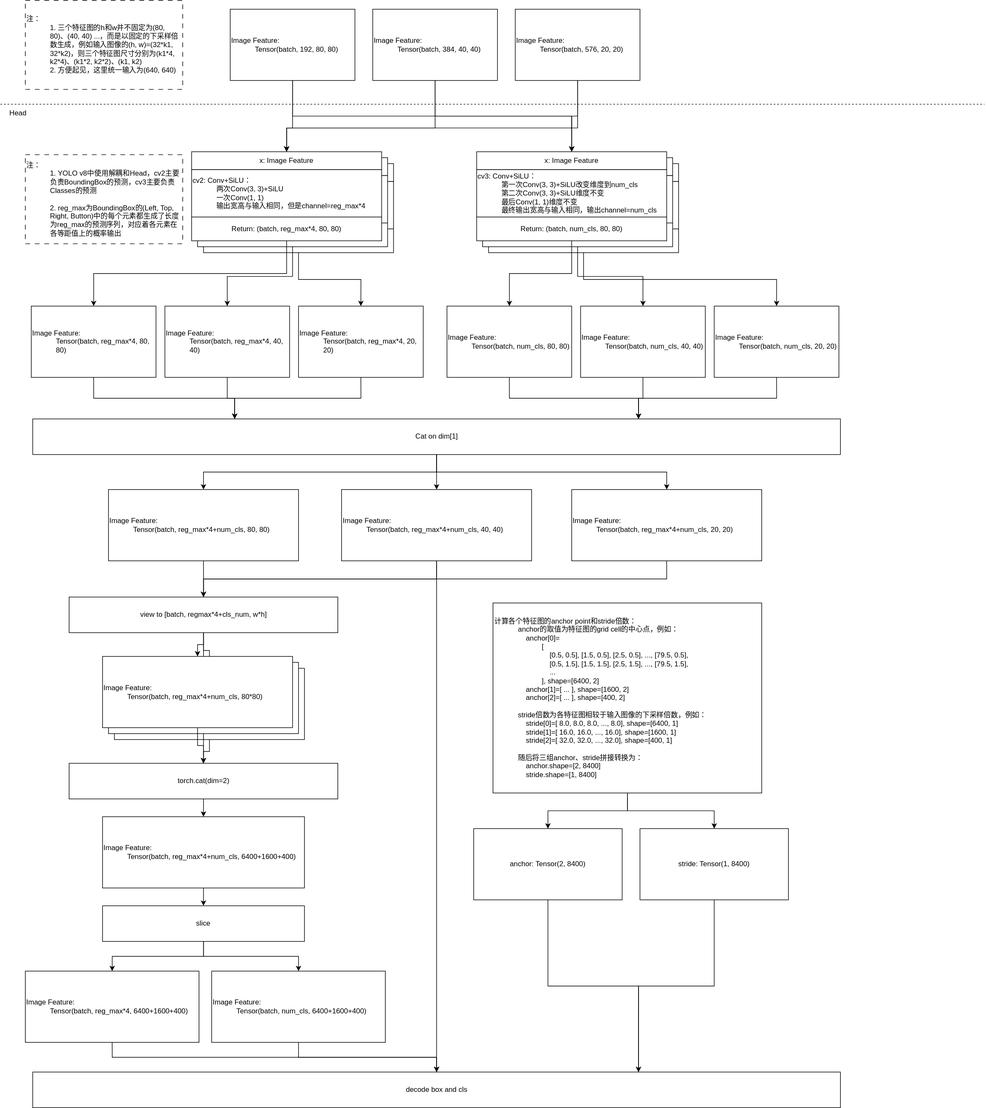
Above: 机器学习/Resources/YOLO v8 Head结构.svg in h13-0/Notebooks (draw.io), before the change. Source tidied: cells renumbered, new cells last; positions are measured from the earlier drawing's top-left corner, leaving out a move shared by most shapes.
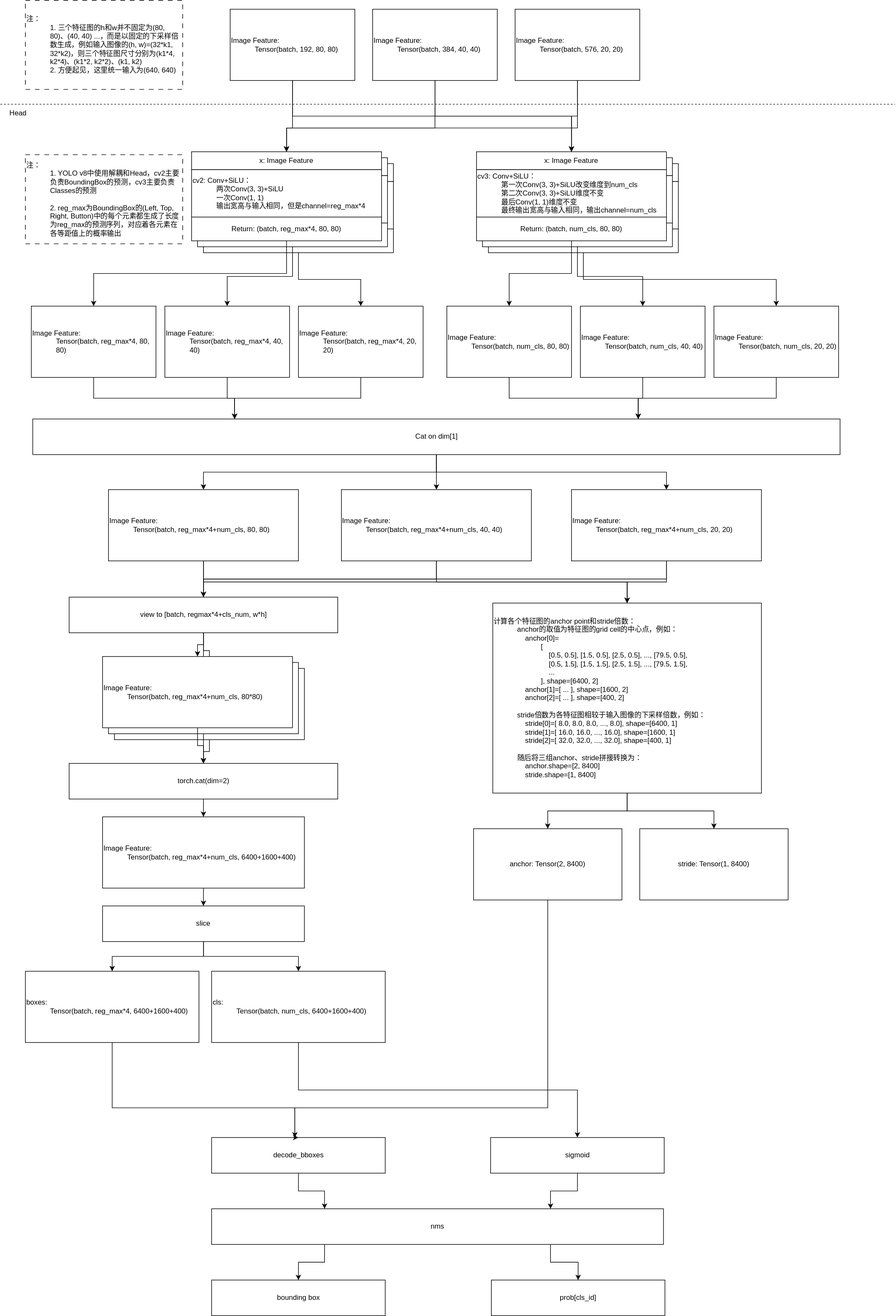
Above is the later version.

What changed in the source:
```diff
@@ -10,7 +10,7 @@
     </mxCell>
     <mxCell id="4" style="endArrow=none;dashed=1;html=1;rounded=0;exitX=0;exitY=0;exitDx=0;exitDy=0;" parent="1" edge="1" source="5">
       <mxGeometry relative="1" as="geometry">
-        <mxPoint x="1657" y="175" as="targetPoint" />
+        <mxPoint x="1507" y="175" as="targetPoint" />
       </mxGeometry>
     </mxCell>
     <mxCell id="5" value="Head" style="text;html=1;align=center;verticalAlign=middle;whiteSpace=wrap;rounded=0;" parent="1" vertex="1">
@@ -189,21 +189,27 @@
     <mxCell id="56" style="edgeStyle=orthogonalEdgeStyle;rounded=0;jettySize=auto;html=1;exitX=0.5;exitY=1;exitDx=0;exitDy=0;entryX=0.5;entryY=0;entryDx=0;entryDy=0;" parent="1" edge="1" source="57" target="67">
       <mxGeometry relative="1" as="geometry" />
     </mxCell>
+    <mxCell id="91" style="edgeStyle=orthogonalEdgeStyle;rounded=0;jettySize=auto;html=1;exitX=0.5;exitY=1;exitDx=0;exitDy=0;" parent="1" edge="1" source="57" target="78">
+      <mxGeometry relative="1" as="geometry" />
+    </mxCell>
     <mxCell id="57" value="&lt;div style=&quot;&quot;&gt;&lt;span style=&quot;background-color: transparent; color: light-dark(rgb(0, 0, 0), rgb(255, 255, 255));&quot;&gt;Image Feature:&lt;/span&gt;&lt;/div&gt;&lt;blockquote style=&quot;margin: 0 0 0 40px; border: none; padding: 0px;&quot;&gt;&lt;div style=&quot;&quot;&gt;&lt;span style=&quot;background-color: transparent; color: light-dark(rgb(0, 0, 0), rgb(255, 255, 255));&quot;&gt;Tensor(batch,&amp;nbsp;&lt;/span&gt;&lt;span style=&quot;text-align: center;&quot;&gt;reg_max*4+num_cls&lt;/span&gt;&lt;span style=&quot;background-color: transparent; color: light-dark(rgb(0, 0, 0), rgb(255, 255, 255));&quot;&gt;, 80, 80)&lt;/span&gt;&lt;/div&gt;&lt;/blockquote&gt;" style="rounded=0;whiteSpace=wrap;html=1;align=left;" parent="1" vertex="1">
       <mxGeometry x="182" y="824" width="320" height="120" as="geometry" />
     </mxCell>
     <mxCell id="58" style="edgeStyle=orthogonalEdgeStyle;rounded=0;jettySize=auto;html=1;exitX=0.5;exitY=1;exitDx=0;exitDy=0;entryX=0.5;entryY=0;entryDx=0;entryDy=0;" parent="1" edge="1" source="60" target="67">
       <mxGeometry relative="1" as="geometry" />
     </mxCell>
-    <mxCell id="59" style="edgeStyle=orthogonalEdgeStyle;rounded=0;jettySize=auto;html=1;exitX=0.5;exitY=1;exitDx=0;exitDy=0;entryX=0.5;entryY=0;entryDx=0;entryDy=0;" parent="1" edge="1" source="60" target="86">
-      <mxGeometry relative="1" as="geometry" />
-    </mxCell>
+    <mxCell id="92" style="edgeStyle=orthogonalEdgeStyle;rounded=0;jettySize=auto;html=1;exitX=0.5;exitY=1;exitDx=0;exitDy=0;entryX=0.5;entryY=0;entryDx=0;entryDy=0;" parent="1" edge="1" source="60" target="78">
+      <mxGeometry relative="1" as="geometry" />
+    </mxCell>
     <mxCell id="60" value="&lt;div style=&quot;&quot;&gt;&lt;span style=&quot;background-color: transparent; color: light-dark(rgb(0, 0, 0), rgb(255, 255, 255));&quot;&gt;Image Feature:&lt;/span&gt;&lt;/div&gt;&lt;blockquote style=&quot;margin: 0 0 0 40px; border: none; padding: 0px;&quot;&gt;&lt;div style=&quot;&quot;&gt;&lt;span style=&quot;background-color: transparent; color: light-dark(rgb(0, 0, 0), rgb(255, 255, 255));&quot;&gt;Tensor(batch,&amp;nbsp;&lt;/span&gt;&lt;span style=&quot;text-align: center;&quot;&gt;reg_max*4+num_cls&lt;/span&gt;&lt;span style=&quot;background-color: transparent; color: light-dark(rgb(0, 0, 0), rgb(255, 255, 255));&quot;&gt;, 40, 40)&lt;/span&gt;&lt;/div&gt;&lt;/blockquote&gt;" style="rounded=0;whiteSpace=wrap;html=1;align=left;" parent="1" vertex="1">
       <mxGeometry x="574.5" y="824" width="320" height="120" as="geometry" />
     </mxCell>
     <mxCell id="61" style="edgeStyle=orthogonalEdgeStyle;rounded=0;jettySize=auto;html=1;exitX=0.5;exitY=1;exitDx=0;exitDy=0;entryX=0.5;entryY=0;entryDx=0;entryDy=0;" parent="1" edge="1" source="62" target="67">
       <mxGeometry relative="1" as="geometry" />
     </mxCell>
+    <mxCell id="93" style="edgeStyle=orthogonalEdgeStyle;rounded=0;jettySize=auto;html=1;exitX=0.5;exitY=1;exitDx=0;exitDy=0;entryX=0.5;entryY=0;entryDx=0;entryDy=0;" parent="1" edge="1" source="62" target="78">
+      <mxGeometry relative="1" as="geometry" />
+    </mxCell>
     <mxCell id="62" value="&lt;div style=&quot;&quot;&gt;&lt;span style=&quot;background-color: transparent; color: light-dark(rgb(0, 0, 0), rgb(255, 255, 255));&quot;&gt;Image Feature:&lt;/span&gt;&lt;/div&gt;&lt;blockquote style=&quot;margin: 0 0 0 40px; border: none; padding: 0px;&quot;&gt;&lt;div style=&quot;&quot;&gt;&lt;span style=&quot;background-color: transparent; color: light-dark(rgb(0, 0, 0), rgb(255, 255, 255));&quot;&gt;Tensor(batch,&amp;nbsp;&lt;/span&gt;&lt;span style=&quot;text-align: center;&quot;&gt;reg_max*4+num_cls&lt;/span&gt;&lt;span style=&quot;background-color: transparent; color: light-dark(rgb(0, 0, 0), rgb(255, 255, 255));&quot;&gt;, 20, 20)&lt;/span&gt;&lt;/div&gt;&lt;/blockquote&gt;" style="rounded=0;whiteSpace=wrap;html=1;align=left;" parent="1" vertex="1">
       <mxGeometry x="962" y="824" width="320" height="120" as="geometry" />
     </mxCell>
@@ -257,10 +263,15 @@
     <mxCell id="78" value="计算各个特征图的anchor point和stride倍数：&lt;blockquote style=&quot;margin: 0 0 0 40px; border: none; padding: 0px;&quot;&gt;&lt;div&gt;anchor的取值为特征图的grid cell的中心点，例如：&lt;/div&gt;&lt;div&gt;&amp;nbsp; &amp;nbsp; anchor[0]=&lt;/div&gt;&lt;/blockquote&gt;&lt;blockquote style=&quot;margin: 0 0 0 40px; border: none; padding: 0px;&quot;&gt;&lt;blockquote style=&quot;margin: 0 0 0 40px; border: none; padding: 0px;&quot;&gt;[&lt;/blockquote&gt;&lt;blockquote style=&quot;margin: 0 0 0 40px; border: none; padding: 0px;&quot;&gt;&amp;nbsp; &amp;nbsp; [0.5, 0.5], [1.5, 0.5], [2.5, 0.5], ..., [79.5, 0.5],&lt;/blockquote&gt;&lt;blockquote style=&quot;margin: 0 0 0 40px; border: none; padding: 0px;&quot;&gt;&amp;nbsp; &amp;nbsp; [0.5,&lt;span style=&quot;background-color: transparent; color: light-dark(rgb(0, 0, 0), rgb(255, 255, 255));&quot;&gt;&amp;nbsp;1.5], [1.5, 1.5], [2.5, 1.5], ..., [79.5, 1.5],&lt;/span&gt;&lt;/blockquote&gt;&lt;blockquote style=&quot;margin: 0 0 0 40px; border: none; padding: 0px;&quot;&gt;&lt;span style=&quot;background-color: transparent; color: light-dark(rgb(0, 0, 0), rgb(255, 255, 255));&quot;&gt;&amp;nbsp; &amp;nbsp; ...&lt;/span&gt;&lt;/blockquote&gt;&lt;blockquote style=&quot;margin: 0 0 0 40px; border: none; padding: 0px;&quot;&gt;&lt;span style=&quot;background-color: transparent; color: light-dark(rgb(0, 0, 0), rgb(255, 255, 255));&quot;&gt;], shape=[6400, 2]&lt;/span&gt;&lt;/blockquote&gt;&lt;/blockquote&gt;&lt;blockquote style=&quot;margin: 0 0 0 40px; border: none; padding: 0px;&quot;&gt;&lt;span style=&quot;background-color: transparent; color: light-dark(rgb(0, 0, 0), rgb(255, 255, 255));&quot;&gt;&amp;nbsp; &amp;nbsp; anchor[1]=[ ... ], shape=[1600, 2]&lt;/span&gt;&lt;/blockquote&gt;&lt;blockquote style=&quot;margin: 0 0 0 40px; border: none; padding: 0px;&quot;&gt;&lt;span style=&quot;background-color: transparent; color: light-dark(rgb(0, 0, 0), rgb(255, 255, 255));&quot;&gt;&amp;nbsp; &amp;nbsp; anchor[2]=[ ... ], shape=[400, 2]&lt;/span&gt;&lt;/blockquote&gt;&lt;blockquote style=&quot;margin: 0 0 0 40px; border: none; padding: 0px;&quot;&gt;&lt;blockquote style=&quot;margin: 0 0 0 40px; border: none; padding: 0px;&quot;&gt;&lt;span style=&quot;background-color: transparent; color: light-dark(rgb(0, 0, 0), rgb(255, 255, 255));&quot;&gt;&lt;br&gt;&lt;/span&gt;&lt;/blockquote&gt;&lt;/blockquote&gt;&lt;blockquote style=&quot;margin: 0 0 0 40px; border: none; padding: 0px;&quot;&gt;&lt;div&gt;stride倍数为各特征图相较于输入图像的下采样倍数，例如：&lt;/div&gt;&lt;div&gt;&amp;nbsp; &amp;nbsp; stride[0]=&lt;span style=&quot;background-color: transparent; color: light-dark(rgb(0, 0, 0), rgb(255, 255, 255));&quot;&gt;[ 8.0, 8.0, 8.0, ..., 8.0],&amp;nbsp;&lt;/span&gt;shape&lt;span style=&quot;background-color: transparent; color: light-dark(rgb(0, 0, 0), rgb(255, 255, 255));&quot;&gt;=[6400, 1]&lt;/span&gt;&lt;/div&gt;&lt;div&gt;&lt;span style=&quot;background-color: transparent; color: light-dark(rgb(0, 0, 0), rgb(255, 255, 255));&quot;&gt;&amp;nbsp; &amp;nbsp; stride[1]=[ 16.0, 16.0, ..., 16.0], shape=[1600, 1]&lt;/span&gt;&lt;/div&gt;&lt;div&gt;&lt;span style=&quot;background-color: transparent; color: light-dark(rgb(0, 0, 0), rgb(255, 255, 255));&quot;&gt;&amp;nbsp; &amp;nbsp; stride[2]=[ 32.0, 32.0, ..., 32.0], shape=[400, 1]&lt;/span&gt;&lt;/div&gt;&lt;div&gt;&lt;br&gt;&lt;/div&gt;&lt;div&gt;随后将三组anchor、stride拼接转换为：&lt;/div&gt;&lt;div&gt;&amp;nbsp; &amp;nbsp; anchor.shape=[2, 8400]&lt;/div&gt;&lt;div&gt;&amp;nbsp; &amp;nbsp; stride.shape=[1, 8400]&lt;/div&gt;&lt;/blockquote&gt;" style="rounded=0;whiteSpace=wrap;html=1;align=left;" parent="1" vertex="1">
       <mxGeometry x="829.5" y="1015" width="452.5" height="320" as="geometry" />
     </mxCell>
-    <mxCell id="79" style="edgeStyle=orthogonalEdgeStyle;rounded=0;jettySize=auto;html=1;exitX=0.5;exitY=1;exitDx=0;exitDy=0;entryX=0.5;entryY=0;entryDx=0;entryDy=0;" parent="1" edge="1" source="80" target="86">
-      <mxGeometry relative="1" as="geometry" />
+    <mxCell id="79" style="edgeStyle=orthogonalEdgeStyle;rounded=0;jettySize=auto;html=1;exitX=0.5;exitY=1;exitDx=0;exitDy=0;" parent="1" edge="1" source="80" target="86">
+      <mxGeometry relative="1" as="geometry">
+        <Array as="points">
+          <mxPoint x="188" y="1865" />
+          <mxPoint x="496" y="1865" />
+        </Array>
+      </mxGeometry>
     </mxCell>
-    <mxCell id="80" value="&lt;div style=&quot;&quot;&gt;&lt;span style=&quot;background-color: transparent; color: light-dark(rgb(0, 0, 0), rgb(255, 255, 255));&quot;&gt;Image Feature:&lt;/span&gt;&lt;/div&gt;&lt;blockquote style=&quot;margin: 0 0 0 40px; border: none; padding: 0px;&quot;&gt;&lt;div style=&quot;&quot;&gt;&lt;span style=&quot;background-color: transparent; color: light-dark(rgb(0, 0, 0), rgb(255, 255, 255));&quot;&gt;Tensor(batch,&amp;nbsp;&lt;/span&gt;&lt;span style=&quot;text-align: center;&quot;&gt;reg_max*4&lt;/span&gt;&lt;span style=&quot;background-color: transparent; color: light-dark(rgb(0, 0, 0), rgb(255, 255, 255));&quot;&gt;, 6400+1600+400)&lt;/span&gt;&lt;/div&gt;&lt;/blockquote&gt;" style="rounded=0;whiteSpace=wrap;html=1;align=left;" parent="1" vertex="1">
+    <mxCell id="80" value="&lt;div style=&quot;&quot;&gt;&lt;span style=&quot;background-color: transparent; color: light-dark(rgb(0, 0, 0), rgb(255, 255, 255));&quot;&gt;boxes:&lt;/span&gt;&lt;/div&gt;&lt;blockquote style=&quot;margin: 0 0 0 40px; border: none; padding: 0px;&quot;&gt;&lt;div style=&quot;&quot;&gt;&lt;span style=&quot;background-color: transparent; color: light-dark(rgb(0, 0, 0), rgb(255, 255, 255));&quot;&gt;Tensor(batch,&amp;nbsp;&lt;/span&gt;&lt;span style=&quot;text-align: center;&quot;&gt;reg_max*4&lt;/span&gt;&lt;span style=&quot;background-color: transparent; color: light-dark(rgb(0, 0, 0), rgb(255, 255, 255));&quot;&gt;, 6400+1600+400)&lt;/span&gt;&lt;/div&gt;&lt;/blockquote&gt;" style="rounded=0;whiteSpace=wrap;html=1;align=left;" parent="1" vertex="1">
       <mxGeometry x="42" y="1635" width="292.5" height="120" as="geometry" />
     </mxCell>
     <mxCell id="81" style="edgeStyle=orthogonalEdgeStyle;rounded=0;jettySize=auto;html=1;exitX=0.5;exitY=1;exitDx=0;exitDy=0;entryX=0.5;entryY=0;entryDx=0;entryDy=0;" parent="1" edge="1" source="83" target="80">
@@ -272,26 +283,52 @@
     <mxCell id="83" value="slice" style="rounded=0;whiteSpace=wrap;html=1;" parent="1" vertex="1">
       <mxGeometry x="172" y="1525" width="340" height="60" as="geometry" />
     </mxCell>
-    <mxCell id="84" style="edgeStyle=orthogonalEdgeStyle;rounded=0;jettySize=auto;html=1;exitX=0.5;exitY=1;exitDx=0;exitDy=0;entryX=0.5;entryY=0;entryDx=0;entryDy=0;" parent="1" edge="1" source="85" target="86">
-      <mxGeometry relative="1" as="geometry" />
-    </mxCell>
+    <mxCell id="94" style="edgeStyle=orthogonalEdgeStyle;rounded=0;jettySize=auto;html=1;exitX=0.5;exitY=1;exitDx=0;exitDy=0;entryX=0.5;entryY=0;entryDx=0;entryDy=0;" parent="1" edge="1" source="85" target="97">
+      <mxGeometry relative="1" as="geometry" />
+    </mxCell>
-    <mxCell id="85" value="&lt;div style=&quot;&quot;&gt;&lt;span style=&quot;background-color: transparent; color: light-dark(rgb(0, 0, 0), rgb(255, 255, 255));&quot;&gt;Image Feature:&lt;/span&gt;&lt;/div&gt;&lt;blockquote style=&quot;margin: 0 0 0 40px; border: none; padding: 0px;&quot;&gt;&lt;div style=&quot;text-align: center;&quot;&gt;&lt;span style=&quot;background-color: transparent; color: light-dark(rgb(0, 0, 0), rgb(255, 255, 255));&quot;&gt;Tensor(batch, num_cls&lt;/span&gt;&lt;span style=&quot;background-color: transparent; color: light-dark(rgb(0, 0, 0), rgb(255, 255, 255));&quot;&gt;, 6400+1600+400)&lt;/span&gt;&lt;/div&gt;&lt;/blockquote&gt;" style="rounded=0;whiteSpace=wrap;html=1;align=left;" parent="1" vertex="1">
+    <mxCell id="85" value="&lt;div style=&quot;&quot;&gt;&lt;span style=&quot;background-color: transparent; color: light-dark(rgb(0, 0, 0), rgb(255, 255, 255));&quot;&gt;cls:&lt;/span&gt;&lt;/div&gt;&lt;blockquote style=&quot;margin: 0 0 0 40px; border: none; padding: 0px;&quot;&gt;&lt;div style=&quot;text-align: center;&quot;&gt;&lt;span style=&quot;background-color: transparent; color: light-dark(rgb(0, 0, 0), rgb(255, 255, 255));&quot;&gt;Tensor(batch, num_cls&lt;/span&gt;&lt;span style=&quot;background-color: transparent; color: light-dark(rgb(0, 0, 0), rgb(255, 255, 255));&quot;&gt;, 6400+1600+400)&lt;/span&gt;&lt;/div&gt;&lt;/blockquote&gt;" style="rounded=0;whiteSpace=wrap;html=1;align=left;" parent="1" vertex="1">
       <mxGeometry x="355.8" y="1635" width="292.5" height="120" as="geometry" />
     </mxCell>
+    <mxCell id="95" style="edgeStyle=orthogonalEdgeStyle;rounded=0;jettySize=auto;html=1;exitX=0.5;exitY=1;exitDx=0;exitDy=0;entryX=0.25;entryY=0;entryDx=0;entryDy=0;" parent="1" edge="1" source="86" target="100">
+      <mxGeometry relative="1" as="geometry" />
+    </mxCell>
-    <mxCell id="86" value="decode box and cls" style="rounded=0;whiteSpace=wrap;html=1;" parent="1" vertex="1">
-      <mxGeometry x="54.5" y="1805" width="1360" height="60" as="geometry" />
+    <mxCell id="86" value="decode_bboxes" style="rounded=0;whiteSpace=wrap;html=1;" parent="1" vertex="1">
+      <mxGeometry x="355.8" y="1915" width="292.5" height="60" as="geometry" />
     </mxCell>
-    <mxCell id="87" style="edgeStyle=orthogonalEdgeStyle;rounded=0;jettySize=auto;html=1;exitX=0.5;exitY=1;exitDx=0;exitDy=0;entryX=0.75;entryY=0;entryDx=0;entryDy=0;" parent="1" edge="1" source="88" target="86">
-      <mxGeometry relative="1" as="geometry" />
+    <mxCell id="87" style="edgeStyle=orthogonalEdgeStyle;rounded=0;jettySize=auto;html=1;exitX=0.5;exitY=1;exitDx=0;exitDy=0;entryX=0.5;entryY=0;entryDx=0;entryDy=0;" parent="1" edge="1" source="88" target="86">
+      <mxGeometry relative="1" as="geometry">
+        <Array as="points">
+          <mxPoint x="922" y="1865" />
+          <mxPoint x="496" y="1865" />
+        </Array>
+      </mxGeometry>
     </mxCell>
     <mxCell id="88" value="&lt;div style=&quot;&quot;&gt;anchor: Tensor(2, 8400)&lt;/div&gt;" style="rounded=0;whiteSpace=wrap;html=1;align=center;" parent="1" vertex="1">
       <mxGeometry x="797" y="1395" width="250" height="120" as="geometry" />
     </mxCell>
-    <mxCell id="89" style="edgeStyle=orthogonalEdgeStyle;rounded=0;jettySize=auto;html=1;exitX=0.5;exitY=1;exitDx=0;exitDy=0;entryX=0.75;entryY=0;entryDx=0;entryDy=0;" parent="1" edge="1" source="90" target="86">
-      <mxGeometry relative="1" as="geometry" />
-    </mxCell>
     <mxCell id="90" value="&lt;div style=&quot;&quot;&gt;stride: Tensor(1, 8400)&lt;/div&gt;" style="rounded=0;whiteSpace=wrap;html=1;align=center;" parent="1" vertex="1">
       <mxGeometry x="1077" y="1395" width="250" height="120" as="geometry" />
     </mxCell>
+    <mxCell id="96" style="edgeStyle=orthogonalEdgeStyle;rounded=0;jettySize=auto;html=1;exitX=0.5;exitY=1;exitDx=0;exitDy=0;entryX=0.75;entryY=0;entryDx=0;entryDy=0;" parent="1" edge="1" source="97" target="100">
+      <mxGeometry relative="1" as="geometry" />
+    </mxCell>
+    <mxCell id="97" value="sigmoid" style="rounded=0;whiteSpace=wrap;html=1;" parent="1" vertex="1">
+      <mxGeometry x="825.8" y="1915" width="292.5" height="60" as="geometry" />
+    </mxCell>
+    <mxCell id="98" style="edgeStyle=orthogonalEdgeStyle;rounded=0;jettySize=auto;html=1;exitX=0.25;exitY=1;exitDx=0;exitDy=0;entryX=0.5;entryY=0;entryDx=0;entryDy=0;" parent="1" edge="1" source="100" target="101">
+      <mxGeometry relative="1" as="geometry" />
+    </mxCell>
+    <mxCell id="99" style="edgeStyle=orthogonalEdgeStyle;rounded=0;jettySize=auto;html=1;exitX=0.75;exitY=1;exitDx=0;exitDy=0;entryX=0.5;entryY=0;entryDx=0;entryDy=0;" parent="1" edge="1" source="100" target="102">
+      <mxGeometry relative="1" as="geometry" />
+    </mxCell>
+    <mxCell id="100" value="nms" style="rounded=0;whiteSpace=wrap;html=1;" parent="1" vertex="1">
+      <mxGeometry x="355.8" y="2035" width="761.2" height="60" as="geometry" />
+    </mxCell>
+    <mxCell id="101" value="bounding box" style="rounded=0;whiteSpace=wrap;html=1;" parent="1" vertex="1">
+      <mxGeometry x="355.8" y="2155" width="292.5" height="60" as="geometry" />
+    </mxCell>
+    <mxCell id="102" value="prob[cls_id]" style="rounded=0;whiteSpace=wrap;html=1;" parent="1" vertex="1">
+      <mxGeometry x="827" y="2155" width="292.5" height="60" as="geometry" />
+    </mxCell>
   </root>
 </mxGraphModel>
```
